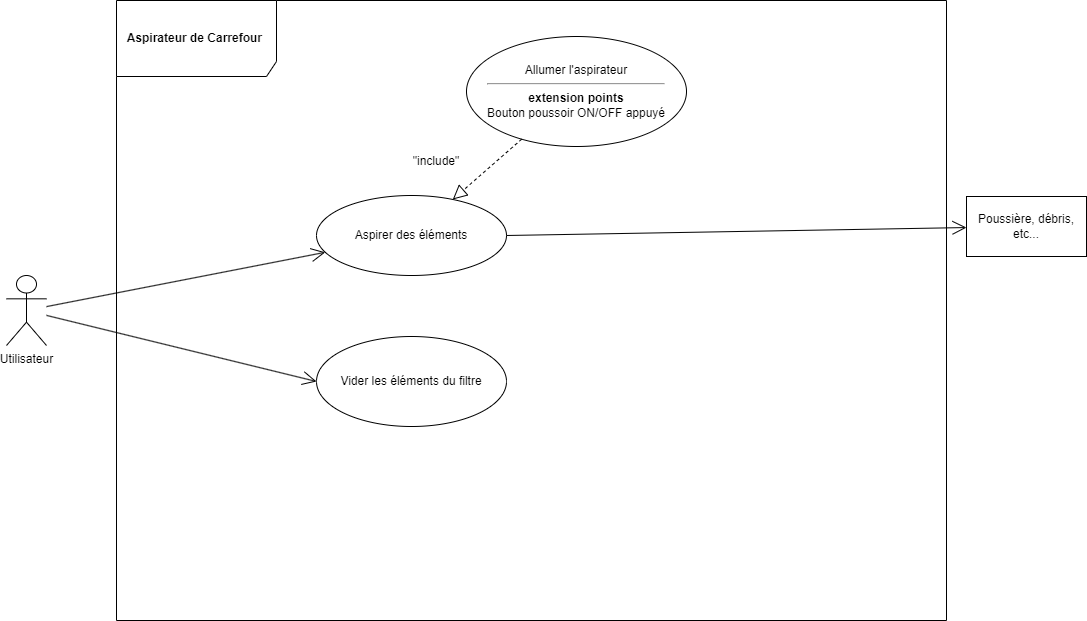
vertueux/discord keeps this draw.io diagram as Aspirateur.drawio.png. Above is the earlier version. Source tidied: cells renumbered, new cells last; positions are measured from the earlier drawing's top-left corner, leaving out a move shared by most shapes.
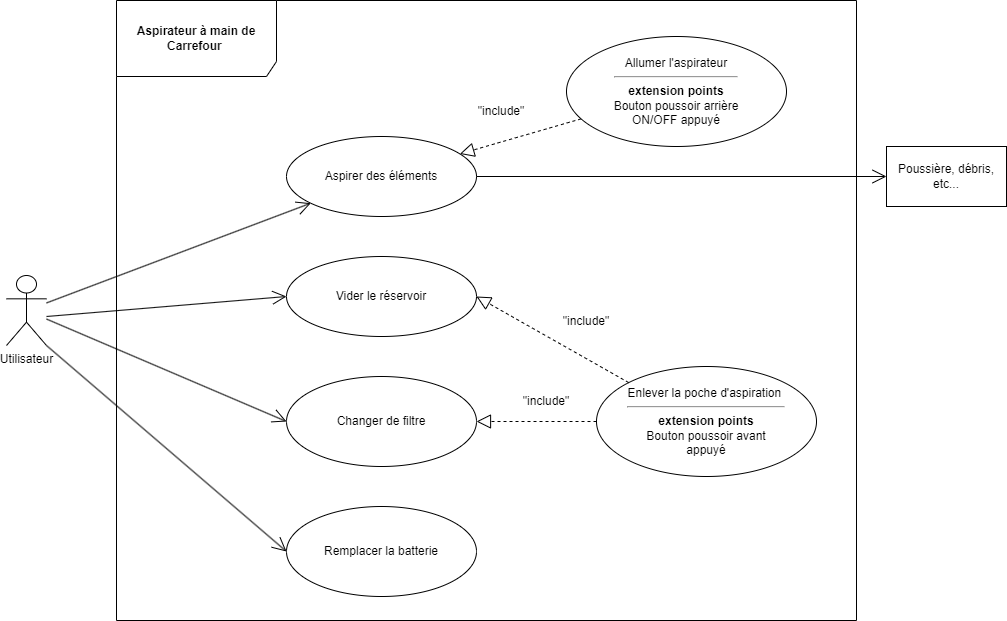
After the change.

The edit, as a diff of the source:
```diff
@@ -2,17 +2,17 @@
   <root>
     <mxCell id="0" />
     <mxCell id="1" parent="0" />
-    <mxCell id="2" value="&lt;b&gt;Aspirateur de Carrefour&amp;nbsp;&lt;/b&gt;" style="shape=umlFrame;whiteSpace=wrap;html=1;width=160;height=76;" parent="1" vertex="1">
-      <mxGeometry x="110" width="830" height="620" as="geometry" />
+    <mxCell id="2" value="&lt;b&gt;Aspirateur à main de Carrefour&amp;nbsp;&lt;/b&gt;" style="shape=umlFrame;whiteSpace=wrap;html=1;width=160;height=76;" parent="1" vertex="1">
+      <mxGeometry x="110" width="740" height="620" as="geometry" />
     </mxCell>
     <mxCell id="3" value="Utilisateur&lt;br&gt;" style="shape=umlActor;verticalLabelPosition=bottom;verticalAlign=top;html=1;outlineConnect=0;" parent="1" vertex="1">
       <mxGeometry y="275" width="40" height="70" as="geometry" />
     </mxCell>
     <mxCell id="4" value="Poussière, débris, etc..." style="rounded=0;whiteSpace=wrap;html=1;" parent="1" vertex="1">
-      <mxGeometry x="960" y="196" width="120" height="60" as="geometry" />
+      <mxGeometry x="880" y="146" width="120" height="60" as="geometry" />
     </mxCell>
     <mxCell id="5" value="Aspirer des éléments" style="ellipse;whiteSpace=wrap;html=1;" parent="1" vertex="1">
-      <mxGeometry x="310" y="195" width="190" height="80" as="geometry" />
+      <mxGeometry x="280" y="136" width="190" height="80" as="geometry" />
     </mxCell>
     <mxCell id="6" style="endArrow=open;endFill=1;endSize=12;html=1;rounded=0;" parent="1" edge="1" source="3" target="5">
       <mxGeometry relative="1" as="geometry" />
@@ -20,20 +20,49 @@
     <mxCell id="7" style="endArrow=open;endFill=1;endSize=12;html=1;rounded=0;exitX=1;exitY=0.5;exitDx=0;exitDy=0;" parent="1" edge="1" source="5" target="4">
       <mxGeometry relative="1" as="geometry" />
     </mxCell>
-    <mxCell id="8" value="Allumer l'aspirateur&lt;br&gt;&lt;hr&gt;&lt;b&gt;extension points&lt;/b&gt;&lt;br&gt;Bouton poussoir ON/OFF appuyé" style="ellipse;whiteSpace=wrap;html=1;" parent="1" vertex="1">
-      <mxGeometry x="460" y="36" width="220" height="110" as="geometry" />
+    <mxCell id="8" value="Allumer l'aspirateur&lt;br&gt;&lt;hr&gt;&lt;b&gt;extension points&lt;/b&gt;&lt;br&gt;Bouton poussoir arrière&lt;br&gt;ON/OFF appuyé" style="ellipse;whiteSpace=wrap;html=1;" parent="1" vertex="1">
+      <mxGeometry x="560" y="36" width="220" height="110" as="geometry" />
     </mxCell>
     <mxCell id="9" style="endArrow=block;dashed=1;endFill=0;endSize=12;html=1;rounded=0;" parent="1" edge="1" source="8" target="5">
       <mxGeometry relative="1" as="geometry" />
     </mxCell>
     <mxCell id="10" value="&quot;include&quot;" style="text;html=1;strokeColor=none;fillColor=none;align=center;verticalAlign=middle;whiteSpace=wrap;rounded=0;" parent="1" vertex="1">
-      <mxGeometry x="400" y="146" width="60" height="30" as="geometry" />
+      <mxGeometry x="465" y="96" width="60" height="30" as="geometry" />
     </mxCell>
-    <mxCell id="11" value="Vider les éléments du filtre" style="ellipse;whiteSpace=wrap;html=1;" parent="1" vertex="1">
-      <mxGeometry x="310" y="336" width="190" height="90" as="geometry" />
+    <mxCell id="11" value="Changer de filtre" style="ellipse;whiteSpace=wrap;html=1;" parent="1" vertex="1">
+      <mxGeometry x="280" y="376" width="190" height="90" as="geometry" />
     </mxCell>
     <mxCell id="12" style="endArrow=open;endFill=1;endSize=12;html=1;rounded=0;entryX=0;entryY=0.5;entryDx=0;entryDy=0;" parent="1" edge="1" source="3" target="11">
       <mxGeometry relative="1" as="geometry" />
     </mxCell>
+    <mxCell id="13" value="Enlever la poche d'aspiration&amp;nbsp;&lt;br&gt;&lt;hr&gt;&lt;b&gt;extension points&lt;/b&gt;&lt;br&gt;Bouton poussoir avant &lt;br&gt;appuyé" style="ellipse;whiteSpace=wrap;html=1;" parent="1" vertex="1">
+      <mxGeometry x="590" y="366" width="220" height="110" as="geometry" />
+    </mxCell>
+    <mxCell id="14" style="endArrow=block;dashed=1;endFill=0;endSize=12;html=1;rounded=0;entryX=1;entryY=0.5;entryDx=0;entryDy=0;exitX=0;exitY=0.5;exitDx=0;exitDy=0;" parent="1" edge="1" source="13" target="11">
+      <mxGeometry relative="1" as="geometry" />
+    </mxCell>
+    <mxCell id="15" value="Remplacer la batterie" style="ellipse;whiteSpace=wrap;html=1;" parent="1" vertex="1">
+      <mxGeometry x="280" y="506" width="190" height="90" as="geometry" />
+    </mxCell>
+    <mxCell id="16" style="endArrow=open;endFill=1;endSize=12;html=1;rounded=0;exitX=1;exitY=1;exitDx=0;exitDy=0;exitPerimeter=0;entryX=0;entryY=0.5;entryDx=0;entryDy=0;" parent="1" edge="1" source="3" target="15">
+      <mxGeometry relative="1" as="geometry" />
+    </mxCell>
+    <mxCell id="17" value="&quot;include&quot;" style="text;html=1;strokeColor=none;fillColor=none;align=center;verticalAlign=middle;whiteSpace=wrap;rounded=0;" parent="1" vertex="1">
+      <mxGeometry x="510" y="386" width="60" height="30" as="geometry" />
+    </mxCell>
+    <mxCell id="18" value="Vider le réservoir" style="ellipse;whiteSpace=wrap;html=1;" parent="1" vertex="1">
+      <mxGeometry x="280" y="256" width="190" height="80" as="geometry" />
+    </mxCell>
+    <mxCell id="19" style="endArrow=block;dashed=1;endFill=0;endSize=12;html=1;rounded=0;entryX=1;entryY=0.5;entryDx=0;entryDy=0;exitX=0;exitY=0;exitDx=0;exitDy=0;" parent="1" edge="1" source="13" target="18">
+      <mxGeometry relative="1" as="geometry" />
+    </mxCell>
+    <mxCell id="20" value="&quot;include&quot;" style="text;html=1;strokeColor=none;fillColor=none;align=center;verticalAlign=middle;whiteSpace=wrap;rounded=0;" parent="1" vertex="1">
+      <mxGeometry x="550" y="306" width="60" height="30" as="geometry" />
+    </mxCell>
+    <mxCell id="21" style="endArrow=open;endFill=1;endSize=12;html=1;rounded=0;entryX=0;entryY=0.5;entryDx=0;entryDy=0;" parent="1" edge="1" target="18">
+      <mxGeometry relative="1" as="geometry">
+        <mxPoint x="40" y="316" as="sourcePoint" />
+      </mxGeometry>
+    </mxCell>
   </root>
 </mxGraphModel>
```
